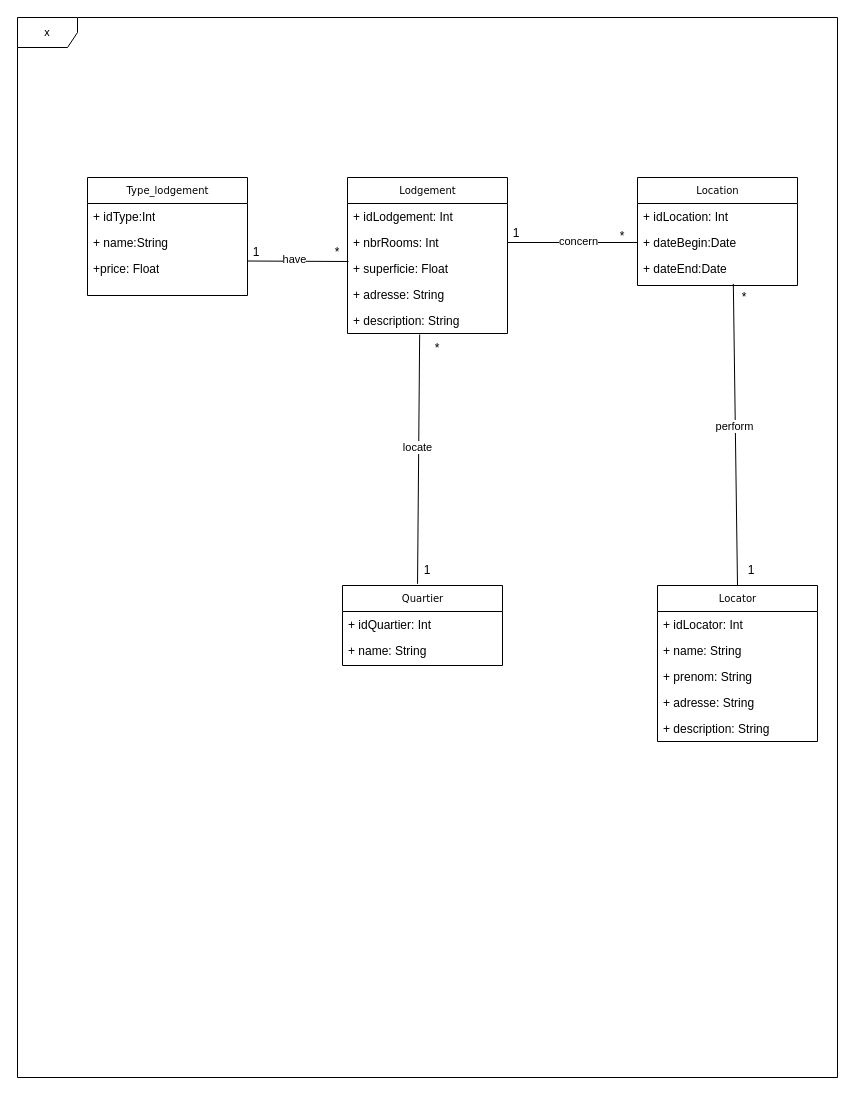
Before: Untitled Diagram.drawio in Archippe-m-arkip/location-maison, a draw.io diagram. Source tidied: cells renumbered, new cells numbered last; positions are measured from the earlier drawing's top-left corner, leaving out a move shared by most shapes. Both pictures are drawn from the tidied source at 100%, with x=0, y=0 at pixel (17, 17).
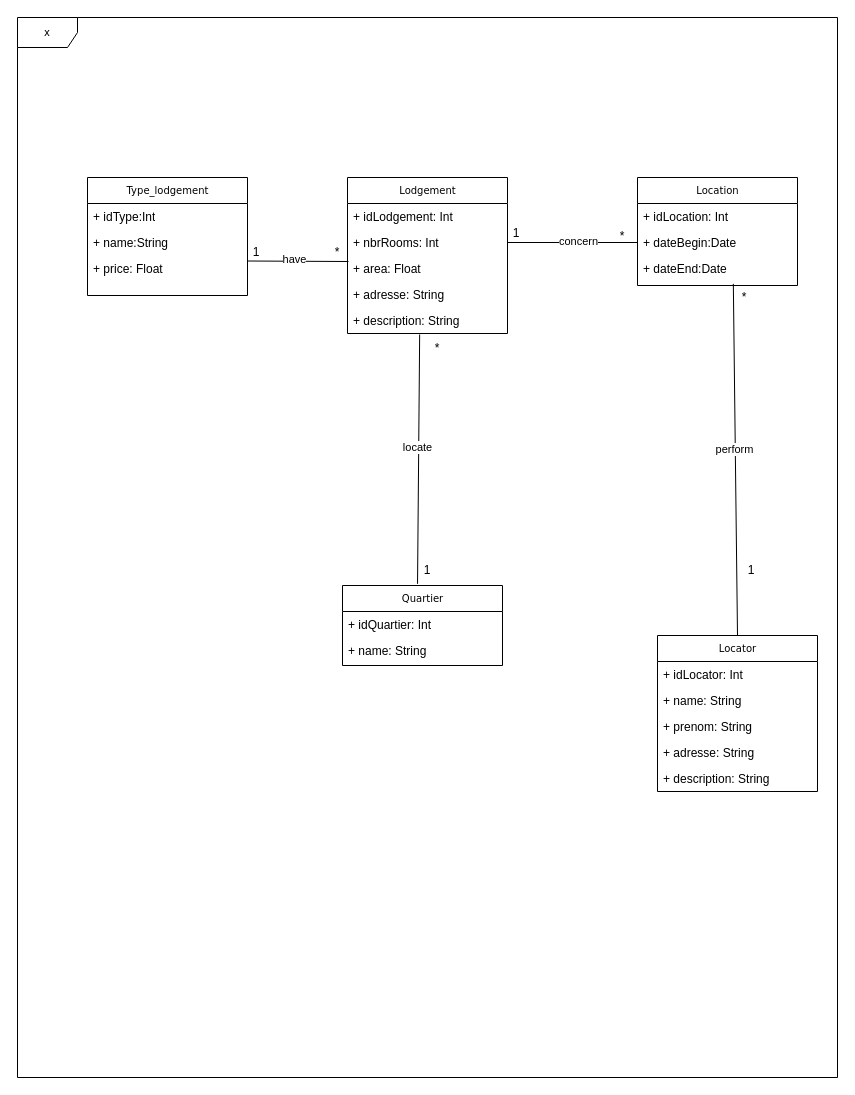
The same page after the edit.

Commit message:
correcting modelisation

Unchanged cells that the change refers to:
```xml
<mxCell id="4" value="Lodgement" style="swimlane;html=1;fontStyle=0;horizontal=1;startSize=26;fillColor=none;swimlaneFillColor=#ffffff;rounded=0;shadow=0;comic=0;labelBackgroundColor=none;strokeWidth=1;fontFamily=Verdana;fontSize=10;align=center;" parent="1" vertex="1">
  <mxGeometry x="330" y="160" width="160" height="156" as="geometry" />
</mxCell>
<mxCell id="17" value="Type_lodgement" style="swimlane;html=1;fontStyle=0;horizontal=1;startSize=26;fillColor=none;swimlaneFillColor=#ffffff;rounded=0;shadow=0;comic=0;labelBackgroundColor=none;strokeWidth=1;fontFamily=Verdana;fontSize=10;align=center;" parent="1" vertex="1">
  <mxGeometry x="70" y="160" width="160" height="118" as="geometry" />
</mxCell>
```

The edit, as a diff of the source:
```diff
@@
-    <mxCell id="7" value="+ superficie: Float" style="text;html=1;strokeColor=none;fillColor=none;align=left;verticalAlign=top;spacingLeft=4;spacingRight=4;whiteSpace=wrap;overflow=hidden;points=[[0,0.5],[1,0.5]];portConstraint=eastwest;" parent="4" vertex="1">
+    <mxCell id="7" value="+ area: Float" style="text;html=1;strokeColor=none;fillColor=none;align=left;verticalAlign=top;spacingLeft=4;spacingRight=4;whiteSpace=wrap;overflow=hidden;points=[[0,0.5],[1,0.5]];portConstraint=eastwest;" parent="4" vertex="1">
       <mxGeometry y="78" width="160" height="26" as="geometry" />
     </mxCell>
@@
-    <mxCell id="20" value="+price: Float" style="text;html=1;strokeColor=none;fillColor=none;align=left;verticalAlign=top;spacingLeft=4;spacingRight=4;whiteSpace=wrap;overflow=hidden;points=[[0,0.5],[1,0.5]];portConstraint=eastwest;" parent="17" vertex="1">
+    <mxCell id="20" value="+ price: Float" style="text;html=1;strokeColor=none;fillColor=none;align=left;verticalAlign=top;spacingLeft=4;spacingRight=4;whiteSpace=wrap;overflow=hidden;points=[[0,0.5],[1,0.5]];portConstraint=eastwest;" parent="17" vertex="1">
       <mxGeometry y="78" width="160" height="26" as="geometry" />
     </mxCell>
@@
     <mxCell id="24" value="Locator" style="swimlane;html=1;fontStyle=0;horizontal=1;startSize=26;fillColor=none;swimlaneFillColor=#ffffff;rounded=0;shadow=0;comic=0;labelBackgroundColor=none;strokeWidth=1;fontFamily=Verdana;fontSize=10;align=center;" parent="1" vertex="1">
-      <mxGeometry x="640" y="568" width="160" height="156" as="geometry" />
+      <mxGeometry x="640" y="618" width="160" height="156" as="geometry" />
     </mxCell>
```
